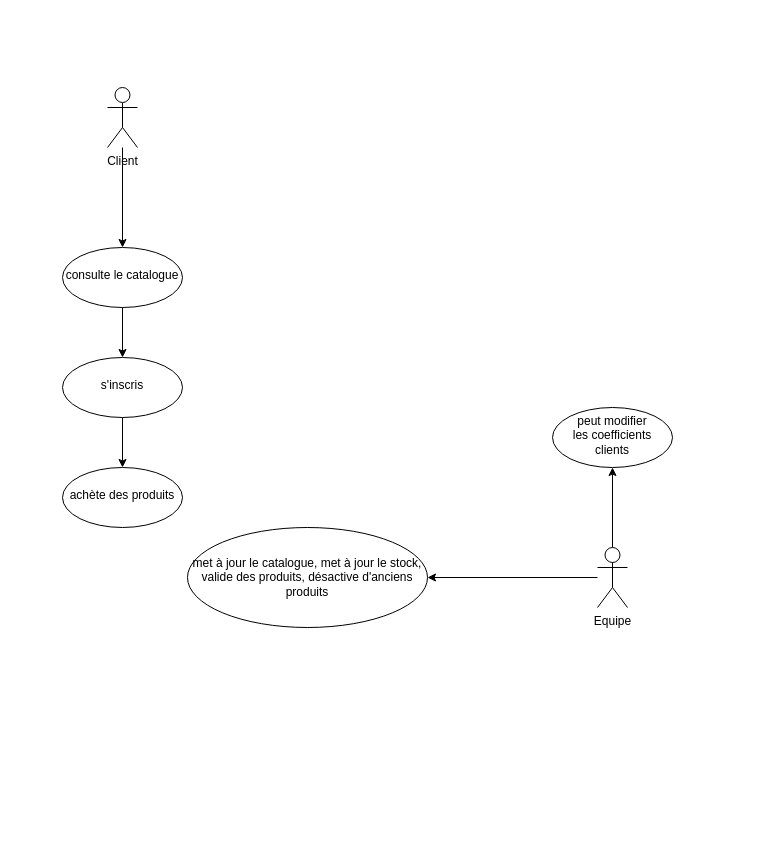
Above: 02- Développer des composants d'interface/Maquetter une application/Démarche agile/Diagramme Fil Rouge.drawio in zeldacod5/CDA (draw.io), before the change. Source tidied: cells renumbered, new cells numbered last; positions are measured from the earlier drawing's top-left corner, leaving out a move shared by most shapes. Both pictures are drawn from the tidied source at 100%, with x=0, y=0 at pixel (62, 87).
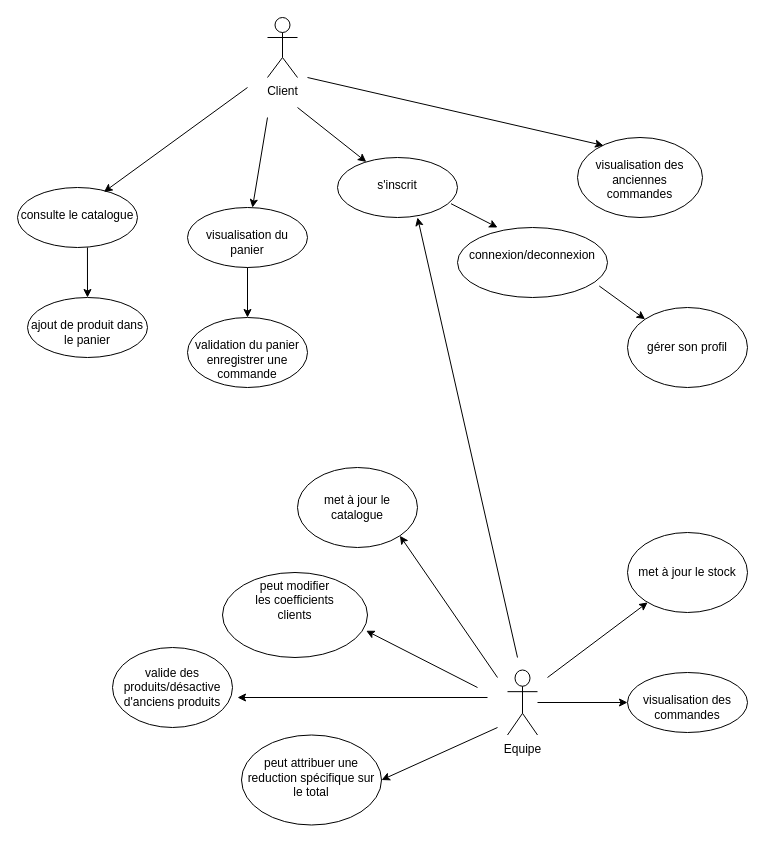
The same diagram, later.

Commit message (it also covers changes not shown here):
Mettre à jour Diagramme Fil Rouge.drawio

Change to the diagram source:
```diff
@@
-    <mxCell id="2" style="edgeStyle=orthogonalEdgeStyle;rounded=0;jettySize=auto;html=1;" parent="1" edge="1" source="3" target="10">
-      <mxGeometry relative="1" as="geometry" />
-    </mxCell>
     <mxCell id="3" value="Client" style="shape=umlActor;verticalLabelPosition=bottom;verticalAlign=top;html=1;outlineConnect=0;" parent="1" vertex="1">
-      <mxGeometry x="45" width="30" height="60" as="geometry" />
+      <mxGeometry x="205" y="-70" width="30" height="60" as="geometry" />
     </mxCell>
-    <mxCell id="4" style="edgeStyle=orthogonalEdgeStyle;rounded=0;jettySize=auto;html=1;" parent="1" edge="1" source="6" target="8">
-      <mxGeometry relative="1" as="geometry" />
-    </mxCell>
-    <mxCell id="5" style="edgeStyle=orthogonalEdgeStyle;rounded=0;jettySize=auto;html=1;" parent="1" edge="1" source="6" target="14">
-      <mxGeometry relative="1" as="geometry" />
-    </mxCell>
+    <mxCell id="10" value="&lt;div&gt;&lt;br&gt;&lt;/div&gt;&lt;div&gt;consulte le catalogue&lt;br&gt;&lt;/div&gt;" style="ellipse;whiteSpace=wrap;html=1;verticalAlign=top;" parent="1" vertex="1">
+      <mxGeometry x="-45" y="100" width="120" height="60" as="geometry" />
+    </mxCell>
+    <mxCell id="14" value="&lt;div&gt;peut modifier&lt;/div&gt;&lt;div&gt;les coefficients&lt;/div&gt;&lt;div&gt;clients&lt;br&gt;&lt;/div&gt;" style="ellipse;whiteSpace=wrap;html=1;verticalAlign=top;" parent="1" vertex="1">
+      <mxGeometry x="160" y="485" width="145" height="85" as="geometry" />
+    </mxCell>
+    <mxCell id="15" style="edgeStyle=orthogonalEdgeStyle;rounded=0;jettySize=auto;html=1;" parent="1" edge="1" source="6" target="41">
+      <mxGeometry relative="1" as="geometry" />
+    </mxCell>
-    <mxCell id="6" value="Equipe" style="shape=umlActor;verticalLabelPosition=bottom;verticalAlign=top;html=1;outlineConnect=0;" parent="1" vertex="1">
-      <mxGeometry x="535" y="460" width="30" height="60" as="geometry" />
+    <mxCell id="6" value="&lt;div&gt;Equipe&lt;/div&gt;&lt;div&gt;&lt;br&gt;&lt;/div&gt;" style="shape=umlActor;verticalLabelPosition=bottom;verticalAlign=top;html=1;outlineConnect=0;" parent="1" vertex="1">
+      <mxGeometry x="445" y="582.5" width="30" height="65" as="geometry" />
     </mxCell>
-    <mxCell id="7" style="edgeStyle=orthogonalEdgeStyle;rounded=0;jettySize=auto;html=1;exitX=0.5;exitY=0;exitDx=0;exitDy=0;" parent="1" edge="1" source="8">
-      <mxGeometry relative="1" as="geometry">
-        <mxPoint x="245" y="450" as="targetPoint" />
-      </mxGeometry>
-    </mxCell>
-    <mxCell id="8" value="&lt;div&gt;met à jour le catalogue, met à jour le stock, valide des produits, désactive d'anciens produits&lt;/div&gt;" style="ellipse;whiteSpace=wrap;html=1;" parent="1" vertex="1">
-      <mxGeometry x="125" y="440" width="240" height="100" as="geometry" />
-    </mxCell>
-    <mxCell id="9" style="edgeStyle=orthogonalEdgeStyle;rounded=0;jettySize=auto;html=1;" parent="1" edge="1" source="10" target="12">
-      <mxGeometry relative="1" as="geometry" />
-    </mxCell>
-    <mxCell id="10" value="&lt;div&gt;&lt;br&gt;&lt;/div&gt;&lt;div&gt;consulte le catalogue&lt;br&gt;&lt;/div&gt;" style="ellipse;whiteSpace=wrap;html=1;verticalAlign=top;" parent="1" vertex="1">
-      <mxGeometry y="160" width="120" height="60" as="geometry" />
-    </mxCell>
-    <mxCell id="11" style="edgeStyle=orthogonalEdgeStyle;rounded=0;jettySize=auto;html=1;" parent="1" edge="1" source="12" target="13">
-      <mxGeometry relative="1" as="geometry" />
-    </mxCell>
-    <mxCell id="12" value="&lt;div&gt;&lt;br&gt;&lt;/div&gt;&lt;div&gt;s'inscris&lt;br&gt;&lt;/div&gt;" style="ellipse;whiteSpace=wrap;html=1;verticalAlign=top;" parent="1" vertex="1">
-      <mxGeometry y="270" width="120" height="60" as="geometry" />
-    </mxCell>
-    <mxCell id="13" value="&lt;div&gt;&lt;br&gt;&lt;/div&gt;&lt;div&gt;achète des produits&lt;br&gt;&lt;/div&gt;" style="ellipse;whiteSpace=wrap;html=1;verticalAlign=top;" parent="1" vertex="1">
-      <mxGeometry y="380" width="120" height="60" as="geometry" />
-    </mxCell>
-    <mxCell id="14" value="&lt;div&gt;peut modifier&lt;/div&gt;&lt;div&gt;les coefficients&lt;/div&gt;&lt;div&gt;clients&lt;br&gt;&lt;/div&gt;" style="ellipse;whiteSpace=wrap;html=1;verticalAlign=top;" parent="1" vertex="1">
-      <mxGeometry x="490" y="320" width="120" height="60" as="geometry" />
-    </mxCell>
+    <mxCell id="16" value="&lt;div&gt;&lt;br&gt;&lt;/div&gt;&lt;div&gt;validation du panier&lt;br&gt;&lt;/div&gt;enregistrer une commande" style="ellipse;whiteSpace=wrap;html=1;verticalAlign=top;" parent="1" vertex="1">
+      <mxGeometry x="125" y="230" width="120" height="70" as="geometry" />
+    </mxCell>
+    <mxCell id="17" value="&lt;div&gt;&lt;br&gt;&lt;/div&gt;&lt;div&gt;visualisation du panier&lt;br&gt;&lt;/div&gt;" style="ellipse;whiteSpace=wrap;html=1;verticalAlign=top;" parent="1" vertex="1">
+      <mxGeometry x="125" y="120" width="120" height="60" as="geometry" />
+    </mxCell>
+    <mxCell id="18" value="&lt;div&gt;&lt;br&gt;&lt;/div&gt;&lt;div&gt;s'inscrit&lt;/div&gt;" style="ellipse;whiteSpace=wrap;html=1;verticalAlign=top;" parent="1" vertex="1">
+      <mxGeometry x="275" y="70" width="120" height="60" as="geometry" />
+    </mxCell>
+    <mxCell id="19" value="&lt;div&gt;&lt;br&gt;&lt;/div&gt;&lt;div&gt;visualisation des anciennes commandes&lt;br&gt;&lt;/div&gt;" style="ellipse;whiteSpace=wrap;html=1;verticalAlign=top;" parent="1" vertex="1">
+      <mxGeometry x="515" y="50" width="125" height="80" as="geometry" />
+    </mxCell>
+    <mxCell id="20" value="&lt;div&gt;&lt;br&gt;&lt;/div&gt;&lt;div&gt;ajout de produit dans le panier &lt;br&gt;&lt;/div&gt;" style="ellipse;whiteSpace=wrap;html=1;verticalAlign=top;" parent="1" vertex="1">
+      <mxGeometry x="-35" y="210" width="120" height="60" as="geometry" />
+    </mxCell>
+    <mxCell id="21" value="&lt;div&gt;&lt;br&gt;&lt;/div&gt;&lt;div&gt;connexion/deconnexion&lt;br&gt;&lt;/div&gt;" style="ellipse;whiteSpace=wrap;html=1;verticalAlign=top;" parent="1" vertex="1">
+      <mxGeometry x="395" y="140" width="150" height="70" as="geometry" />
+    </mxCell>
+    <mxCell id="22" value="&lt;div&gt;&lt;br&gt;&lt;/div&gt;&lt;div&gt;peut attribuer une reduction spécifique sur le total&lt;br&gt;&lt;/div&gt;" style="ellipse;whiteSpace=wrap;html=1;verticalAlign=top;" parent="1" vertex="1">
+      <mxGeometry x="179" y="647.5" width="140" height="90" as="geometry" />
+    </mxCell>
+    <mxCell id="23" value="gérer son profil" style="ellipse;whiteSpace=wrap;html=1;" parent="1" vertex="1">
+      <mxGeometry x="565" y="220" width="120" height="80" as="geometry" />
+    </mxCell>
+    <mxCell id="24" style="endArrow=classic;html=1;rounded=0;entryX=0.24;entryY=0.074;entryDx=0;entryDy=0;entryPerimeter=0;" parent="1" edge="1" target="18">
+      <mxGeometry relative="1" as="geometry">
+        <mxPoint x="235" y="20" as="sourcePoint" />
+      </mxGeometry>
+    </mxCell>
+    <mxCell id="25" style="endArrow=classic;html=1;rounded=0;" parent="1" edge="1" target="17">
+      <mxGeometry relative="1" as="geometry">
+        <mxPoint x="205" y="30" as="sourcePoint" />
+      </mxGeometry>
+    </mxCell>
+    <mxCell id="26" style="endArrow=classic;html=1;rounded=0;entryX=0.721;entryY=0.074;entryDx=0;entryDy=0;entryPerimeter=0;" parent="1" edge="1" target="10">
+      <mxGeometry relative="1" as="geometry">
+        <mxPoint x="185" as="sourcePoint" />
+      </mxGeometry>
+    </mxCell>
+    <mxCell id="27" style="endArrow=classic;html=1;rounded=0;exitX=0.946;exitY=0.77;exitDx=0;exitDy=0;exitPerimeter=0;entryX=0.267;entryY=0;entryDx=0;entryDy=0;entryPerimeter=0;" parent="1" edge="1" source="18" target="21">
+      <mxGeometry relative="1" as="geometry" />
+    </mxCell>
+    <mxCell id="28" style="endArrow=classic;html=1;rounded=0;exitX=0.945;exitY=0.836;exitDx=0;exitDy=0;exitPerimeter=0;entryX=0;entryY=0;entryDx=0;entryDy=0;" parent="1" edge="1" source="21" target="23">
+      <mxGeometry relative="1" as="geometry" />
+    </mxCell>
+    <mxCell id="29" style="endArrow=classic;html=1;rounded=0;entryX=0.667;entryY=1;entryDx=0;entryDy=0;entryPerimeter=0;" parent="1" edge="1" target="18">
+      <mxGeometry relative="1" as="geometry">
+        <mxPoint x="455" y="570" as="sourcePoint" />
+      </mxGeometry>
+    </mxCell>
+    <mxCell id="30" value="met à jour le catalogue" style="ellipse;whiteSpace=wrap;html=1;" parent="1" vertex="1">
+      <mxGeometry x="235" y="380" width="120" height="80" as="geometry" />
+    </mxCell>
+    <mxCell id="31" value="met à jour le stock" style="ellipse;whiteSpace=wrap;html=1;" parent="1" vertex="1">
+      <mxGeometry x="565" y="445" width="120" height="80" as="geometry" />
+    </mxCell>
+    <mxCell id="32" value="valide des produits/désactive d'anciens produits" style="ellipse;whiteSpace=wrap;html=1;" parent="1" vertex="1">
+      <mxGeometry x="50" y="560" width="120" height="80" as="geometry" />
+    </mxCell>
+    <mxCell id="33" style="endArrow=classic;html=1;rounded=0;exitX=0.5;exitY=1;exitDx=0;exitDy=0;" parent="1" edge="1" source="17" target="16">
+      <mxGeometry relative="1" as="geometry" />
+    </mxCell>
+    <mxCell id="34" style="endArrow=classic;html=1;rounded=0;exitX=0.583;exitY=1;exitDx=0;exitDy=0;exitPerimeter=0;" parent="1" edge="1" source="10" target="20">
+      <mxGeometry relative="1" as="geometry" />
+    </mxCell>
+    <mxCell id="35" style="endArrow=classic;html=1;rounded=0;entryX=1;entryY=1;entryDx=0;entryDy=0;" parent="1" edge="1" target="30">
+      <mxGeometry relative="1" as="geometry">
+        <mxPoint x="435" y="590" as="sourcePoint" />
+      </mxGeometry>
+    </mxCell>
+    <mxCell id="36" style="endArrow=classic;html=1;rounded=0;" parent="1" edge="1" target="31">
+      <mxGeometry relative="1" as="geometry">
+        <mxPoint x="485" y="590" as="sourcePoint" />
+      </mxGeometry>
+    </mxCell>
+    <mxCell id="37" style="endArrow=classic;html=1;rounded=0;entryX=1;entryY=0.5;entryDx=0;entryDy=0;" parent="1" edge="1" target="22">
+      <mxGeometry relative="1" as="geometry">
+        <mxPoint x="435" y="640" as="sourcePoint" />
+      </mxGeometry>
+    </mxCell>
+    <mxCell id="38" style="endArrow=classic;html=1;rounded=0;" parent="1" edge="1">
+      <mxGeometry relative="1" as="geometry">
+        <mxPoint x="425" y="610" as="sourcePoint" />
+        <mxPoint x="175" y="610" as="targetPoint" />
+      </mxGeometry>
+    </mxCell>
+    <mxCell id="39" style="endArrow=classic;html=1;rounded=0;entryX=0.991;entryY=0.685;entryDx=0;entryDy=0;entryPerimeter=0;" parent="1" edge="1" target="14">
+      <mxGeometry relative="1" as="geometry">
+        <mxPoint x="415" y="600" as="sourcePoint" />
+      </mxGeometry>
+    </mxCell>
+    <mxCell id="40" style="endArrow=classic;html=1;rounded=0;entryX=0.208;entryY=0.1;entryDx=0;entryDy=0;entryPerimeter=0;" parent="1" edge="1" target="19">
+      <mxGeometry relative="1" as="geometry">
+        <mxPoint x="245" y="-10" as="sourcePoint" />
+      </mxGeometry>
+    </mxCell>
+    <mxCell id="41" value="&lt;div&gt;&lt;br&gt;&lt;/div&gt;&lt;div&gt;visualisation des commandes&lt;br&gt;&lt;/div&gt;" style="ellipse;whiteSpace=wrap;html=1;verticalAlign=top;" parent="1" vertex="1">
+      <mxGeometry x="565" y="585" width="120" height="60" as="geometry" />
+    </mxCell>
```
